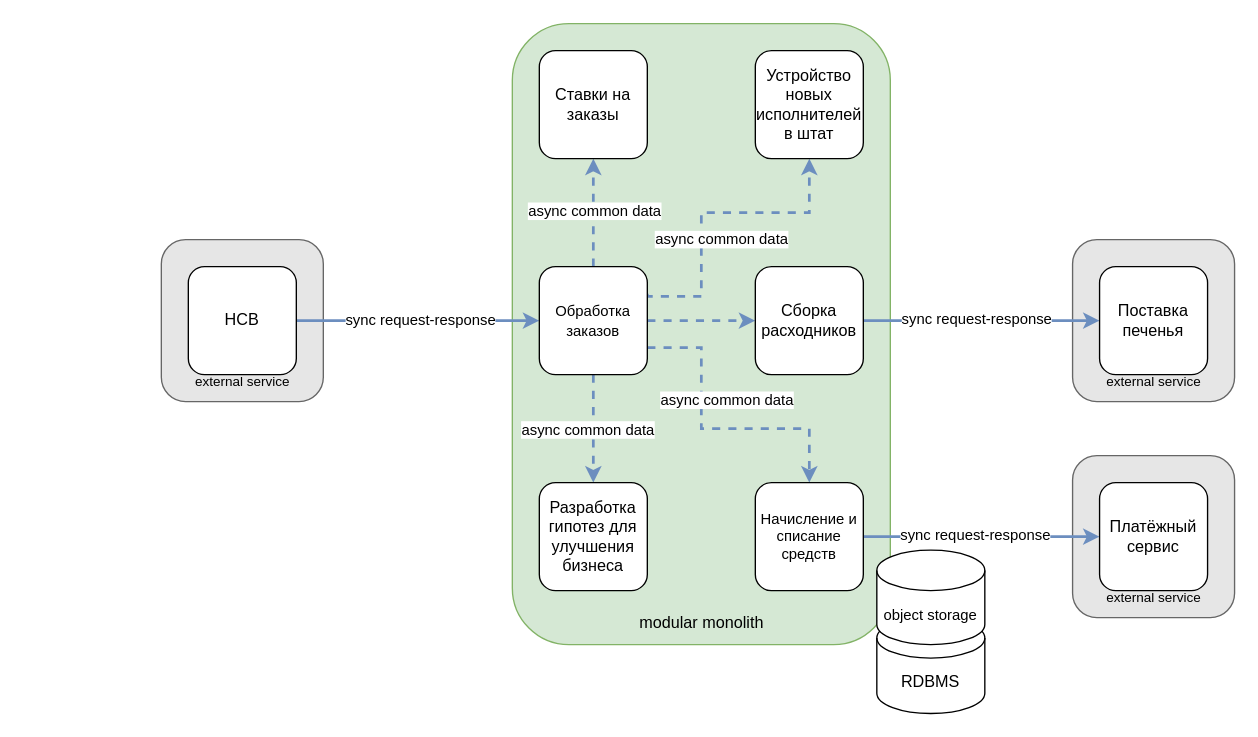
mikhaildruzhinin/tough-dev-school-system-analysis keeps this draw.io diagram as hw4/architecture/old_architecture.drawio. Above is the earlier version. Source tidied: cells renumbered, new cells numbered last; positions are measured from the earlier drawing's top-left corner, leaving out a move shared by most shapes. Both pictures are drawn from the tidied source at 135%, with x=0, y=0 at pixel (161, 23).
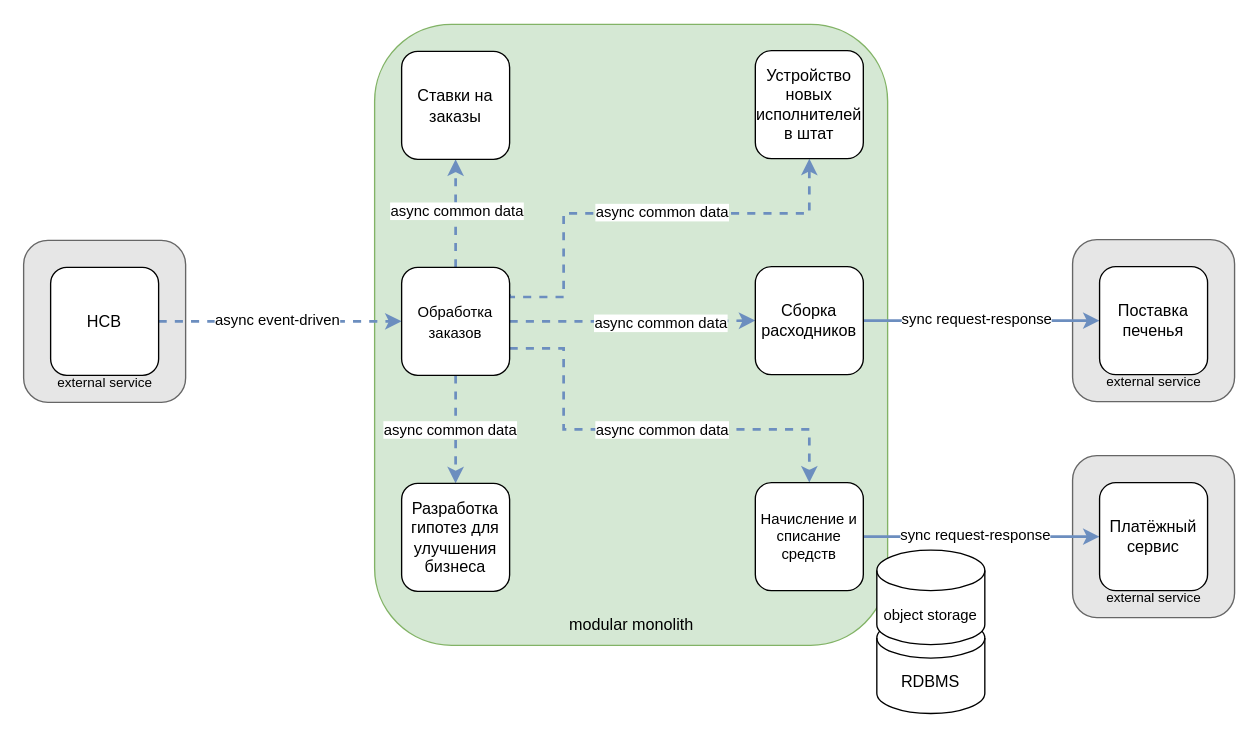
Above is the later version.

Unchanged cells that the change refers to:
```xml
<mxCell id="10" style="edgeStyle=orthogonalEdgeStyle;rounded=0;jettySize=auto;html=1;entryX=0;entryY=0.5;entryDx=0;entryDy=0;dashed=1;strokeColor=#6c8ebf;strokeWidth=2;align=center;verticalAlign=middle;fontFamily=Helvetica;fontSize=11;fontColor=default;labelBackgroundColor=default;endArrow=classic;fillColor=#dae8fc;" parent="1" edge="1" source="17" target="23">
  <mxGeometry relative="1" as="geometry" />
</mxCell>
<mxCell id="20" value="Начисление и списание средств" style="whiteSpace=wrap;html=1;rounded=1;strokeColor=default;align=center;verticalAlign=middle;fontFamily=Helvetica;fontSize=11;fontColor=default;fillColor=default;" parent="1" vertex="1">
  <mxGeometry x="440" y="340" width="80" height="80" as="geometry" />
</mxCell>
<mxCell id="25" value="Устройство новых исполнителей в штат" style="whiteSpace=wrap;html=1;rounded=1;" parent="1" vertex="1">
  <mxGeometry x="440" y="20" width="80" height="80" as="geometry" />
</mxCell>
```

Change to the diagram source:
```diff
@@
     <mxCell id="3" style="rounded=1;whiteSpace=wrap;html=1;fillColor=#E6E6E6;strokeColor=#666666;fontColor=#333333;" parent="1" vertex="1">
-      <mxGeometry y="160" width="120" height="120" as="geometry" />
+      <mxGeometry x="-102" y="160.5" width="120" height="120" as="geometry" />
     </mxCell>
@@
     <mxCell id="5" style="rounded=1;whiteSpace=wrap;html=1;fillColor=#d5e8d4;strokeColor=#82b366;" parent="1" vertex="1">
-      <mxGeometry x="260" width="280" height="460" as="geometry" />
+      <mxGeometry x="158" y="0.5" width="380" height="460" as="geometry" />
     </mxCell>
-    <mxCell id="6" style="edgeStyle=orthogonalEdgeStyle;rounded=0;jettySize=auto;html=1;exitX=1;exitY=0.5;exitDx=0;exitDy=0;entryX=0;entryY=0.5;entryDx=0;entryDy=0;strokeColor=#6c8ebf;strokeWidth=2;align=center;verticalAlign=middle;fontFamily=Helvetica;fontSize=11;fontColor=default;labelBackgroundColor=default;endArrow=classic;fillColor=#dae8fc;" parent="1" edge="1" source="28" target="17">
+    <mxCell id="6" style="edgeStyle=orthogonalEdgeStyle;rounded=0;jettySize=auto;html=1;exitX=1;exitY=0.5;exitDx=0;exitDy=0;entryX=0;entryY=0.5;entryDx=0;entryDy=0;strokeColor=#6c8ebf;strokeWidth=2;align=center;verticalAlign=middle;fontFamily=Helvetica;fontSize=11;fontColor=default;labelBackgroundColor=default;endArrow=classic;fillColor=#dae8fc;dashed=1;" parent="1" edge="1" source="28" target="17">
       <mxGeometry relative="1" as="geometry" />
     </mxCell>
-    <mxCell id="7" value="sync request-response" style="edgeLabel;html=1;align=center;verticalAlign=middle;" parent="6" vertex="1">
+    <mxCell id="7" value="async event-driven" style="edgeLabel;html=1;align=center;verticalAlign=middle;rounded=0;dashed=1;strokeColor=#6c8ebf;strokeWidth=2;fontFamily=Helvetica;fontSize=11;fontColor=default;labelBackgroundColor=default;fillColor=#dae8fc;" parent="6" vertex="1">
       <mxGeometry x="-0.01" y="-1" relative="1" as="geometry">
-        <mxPoint x="2" y="-2" as="offset" />
+        <mxPoint x="-2" y="-2" as="offset" />
       </mxGeometry>
     </mxCell>
@@
+    <mxCell id="36" value="async common data" style="edgeLabel;html=1;align=center;verticalAlign=middle;" parent="10" vertex="1">
+      <mxGeometry x="0.15" y="-1" relative="1" as="geometry">
+        <mxPoint x="7" as="offset" />
+      </mxGeometry>
+    </mxCell>
@@
     <mxCell id="13" style="edgeStyle=orthogonalEdgeStyle;rounded=0;jettySize=auto;html=1;entryX=0.5;entryY=1;entryDx=0;entryDy=0;dashed=1;strokeColor=#6c8ebf;strokeWidth=2;align=center;verticalAlign=middle;fontFamily=Helvetica;fontSize=11;fontColor=default;labelBackgroundColor=default;endArrow=classic;fillColor=#dae8fc;exitX=1;exitY=0.25;exitDx=0;exitDy=0;" parent="1" edge="1" source="17" target="25">
       <mxGeometry relative="1" as="geometry">
         <Array as="points">
-          <mxPoint x="360" y="202" />
-          <mxPoint x="400" y="202" />
-          <mxPoint x="400" y="140" />
-          <mxPoint x="480" y="140" />
+          <mxPoint x="258" y="202.5" />
+          <mxPoint x="298" y="202.5" />
+          <mxPoint x="298" y="140.5" />
+          <mxPoint x="480" y="140.5" />
         </Array>
       </mxGeometry>
     </mxCell>
     <mxCell id="14" value="async common data" style="edgeLabel;html=1;align=center;verticalAlign=middle;" parent="13" vertex="1">
       <mxGeometry x="0.05" y="2" relative="1" as="geometry">
-        <mxPoint y="21" as="offset" />
+        <mxPoint x="5" y="1" as="offset" />
       </mxGeometry>
     </mxCell>
     <mxCell id="15" style="edgeStyle=orthogonalEdgeStyle;rounded=0;jettySize=auto;html=1;entryX=0.5;entryY=0;entryDx=0;entryDy=0;dashed=1;strokeColor=#6c8ebf;strokeWidth=2;align=center;verticalAlign=middle;fontFamily=Helvetica;fontSize=11;fontColor=default;labelBackgroundColor=default;endArrow=classic;fillColor=#dae8fc;exitX=1;exitY=0.75;exitDx=0;exitDy=0;" parent="1" edge="1" source="17" target="20">
       <mxGeometry relative="1" as="geometry">
         <Array as="points">
-          <mxPoint x="400" y="240" />
-          <mxPoint x="400" y="300" />
-          <mxPoint x="480" y="300" />
+          <mxPoint x="298" y="240.5" />
+          <mxPoint x="298" y="300.5" />
+          <mxPoint x="480" y="300.5" />
         </Array>
       </mxGeometry>
     </mxCell>
     <mxCell id="16" value="async common data" style="edgeLabel;html=1;align=center;verticalAlign=middle;" parent="15" vertex="1">
       <mxGeometry x="0.07" y="3" relative="1" as="geometry">
-        <mxPoint y="-19" as="offset" />
+        <mxPoint y="3" as="offset" />
       </mxGeometry>
     </mxCell>
     <mxCell id="17" value="&lt;span style=&quot;font-size: 11px;&quot;&gt;Обработка заказов&lt;/span&gt;" style="whiteSpace=wrap;html=1;rounded=1;strokeColor=default;align=center;verticalAlign=middle;fontFamily=Helvetica;fontSize=12;fontColor=default;fillColor=default;" parent="1" vertex="1">
-      <mxGeometry x="280" y="180" width="80" height="80" as="geometry" />
+      <mxGeometry x="178" y="180.5" width="80" height="80" as="geometry" />
     </mxCell>
@@
     <mxCell id="24" value="Р&lt;span style=&quot;background-color: transparent; color: light-dark(rgb(0, 0, 0), rgb(255, 255, 255));&quot;&gt;азработка гипотез для улучшения бизнеса&lt;/span&gt;" style="whiteSpace=wrap;html=1;rounded=1;strokeColor=default;align=center;verticalAlign=middle;fontFamily=Helvetica;fontSize=12;fontColor=default;fillColor=default;" parent="1" vertex="1">
-      <mxGeometry x="280" y="340" width="80" height="80" as="geometry" />
+      <mxGeometry x="178" y="340.5" width="80" height="80" as="geometry" />
     </mxCell>
@@
     <mxCell id="26" value="Ставки на заказы" style="whiteSpace=wrap;html=1;rounded=1;" parent="1" vertex="1">
-      <mxGeometry x="280" y="20" width="80" height="80" as="geometry" />
+      <mxGeometry x="178" y="20.5" width="80" height="80" as="geometry" />
     </mxCell>
@@
     <mxCell id="28" value="HCB" style="whiteSpace=wrap;html=1;rounded=1;" parent="1" vertex="1">
-      <mxGeometry x="20" y="180" width="80" height="80" as="geometry" />
+      <mxGeometry x="-82" y="180.5" width="80" height="80" as="geometry" />
     </mxCell>
     <mxCell id="29" value="external service" style="text;html=1;align=center;verticalAlign=middle;strokeColor=none;fillColor=none;fontSize=10;" parent="1" vertex="1">
-      <mxGeometry x="15" y="250" width="90" height="30" as="geometry" />
+      <mxGeometry x="-87" y="250.5" width="90" height="30" as="geometry" />
     </mxCell>
     <mxCell id="30" value="modular monolith" style="text;html=1;align=center;verticalAlign=middle;strokeColor=none;fillColor=none;fontSize=12;" parent="1" vertex="1">
-      <mxGeometry x="340" y="429" width="120" height="30" as="geometry" />
+      <mxGeometry x="288" y="430.5" width="120" height="30" as="geometry" />
     </mxCell>
```
